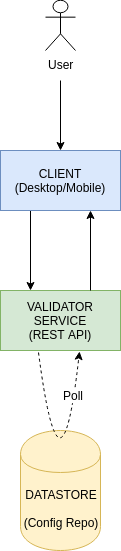
The draw.io diagram Initial - Poll.png in rajkumar90/intuit-craft, before a commit. Source tidied: cells renumbered, new cells last; positions are measured from the earlier drawing's top-left corner, leaving out a move shared by most shapes. Source of this version:
```xml
<mxGraphModel>
  <root>
    <mxCell id="0" />
    <mxCell id="1" parent="0" />
    <mxCell id="2" style="edgeStyle=orthogonalEdgeStyle;rounded=0;jettySize=auto;html=1;exitX=0.25;exitY=1;exitDx=0;exitDy=0;entryX=0.25;entryY=0;entryDx=0;entryDy=0;" parent="1" edge="1" source="3" target="4">
      <mxGeometry relative="1" as="geometry" />
    </mxCell>
    <mxCell id="3" value="CLIENT (Desktop/Mobile)" style="rounded=0;whiteSpace=wrap;html=1;fillColor=#dae8fc;strokeColor=#6c8ebf;" parent="1" vertex="1">
      <mxGeometry y="150" width="120" height="60" as="geometry" />
    </mxCell>
    <mxCell id="4" value="VALIDATOR SERVICE&lt;br&gt;(REST API)" style="rounded=0;whiteSpace=wrap;html=1;fillColor=#d5e8d4;strokeColor=#82b366;" parent="1" vertex="1">
      <mxGeometry y="290" width="120" height="60" as="geometry" />
    </mxCell>
    <mxCell id="5" value="DATASTORE&lt;br&gt;&lt;br&gt;(Config Repo)" style="shape=cylinder;whiteSpace=wrap;html=1;boundedLbl=1;backgroundOutline=1;rounded=0;fillColor=#fff2cc;strokeColor=#d6b656;" parent="1" vertex="1">
      <mxGeometry x="20" y="430" width="80" height="120" as="geometry" />
    </mxCell>
    <mxCell id="6" style="endArrow=classic;html=1;exitX=0.75;exitY=0;exitDx=0;exitDy=0;entryX=0.75;entryY=1;entryDx=0;entryDy=0;" parent="1" edge="1" source="4" target="3">
      <mxGeometry relative="1" as="geometry" />
    </mxCell>
    <mxCell id="7" style="edgeStyle=orthogonalEdgeStyle;rounded=0;jettySize=auto;html=1;" parent="1" edge="1" target="3">
      <mxGeometry relative="1" as="geometry">
        <mxPoint x="60" y="80" as="sourcePoint" />
      </mxGeometry>
    </mxCell>
    <mxCell id="8" value="User&lt;br&gt;" style="shape=umlActor;verticalLabelPosition=bottom;labelBackgroundColor=#ffffff;verticalAlign=top;html=1;" parent="1" vertex="1">
      <mxGeometry x="45" width="30" height="50" as="geometry" />
    </mxCell>
    <mxCell id="9" style="endArrow=classic;html=1;entryX=0.658;entryY=1.017;entryDx=0;entryDy=0;exitX=0.317;exitY=1.033;exitDx=0;exitDy=0;exitPerimeter=0;entryPerimeter=0;curved=1;dashed=1;arcSize=20;" parent="1" edge="1" source="4" target="4">
      <mxGeometry relative="1" as="geometry">
        <Array as="points">
          <mxPoint x="60" y="520" />
        </Array>
      </mxGeometry>
    </mxCell>
    <mxCell id="10" value="Poll" style="text;html=1;align=center;verticalAlign=middle;labelBackgroundColor=#ffffff;" parent="9" vertex="1">
      <mxGeometry x="-0.72" y="29" relative="1" as="geometry" />
    </mxCell>
  </root>
</mxGraphModel>
```
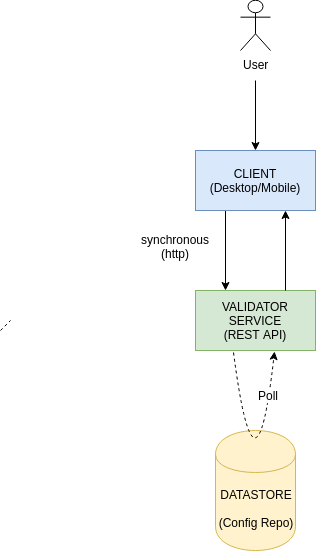
The same diagram one commit later.

Diff of the diagram source:
```diff
@@ -35,5 +35,14 @@
     <mxCell id="10" value="Poll" style="text;html=1;align=center;verticalAlign=middle;labelBackgroundColor=#ffffff;" parent="9" vertex="1">
       <mxGeometry x="-0.72" y="29" relative="1" as="geometry" />
     </mxCell>
+    <mxCell id="11" value="synchronous&lt;br&gt;(http)" style="text;html=1;align=center;verticalAlign=top;spacingTop=-4;" parent="1" vertex="1">
+      <mxGeometry x="-60" y="230" width="80" height="30" as="geometry" />
+    </mxCell>
+    <mxCell id="12" style="endArrow=none;dashed=1;html=1;" parent="1" edge="1">
+      <mxGeometry relative="1" as="geometry">
+        <mxPoint x="-195" y="330" as="sourcePoint" />
+        <mxPoint x="-185" y="320" as="targetPoint" />
+      </mxGeometry>
+    </mxCell>
   </root>
 </mxGraphModel>
```
